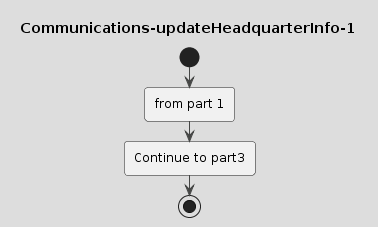
Above: drawings/Communications-updateHeadquarterInfo-1.png in coding-to-music/plantuml-diagram-examples (PlantUML), before the change.
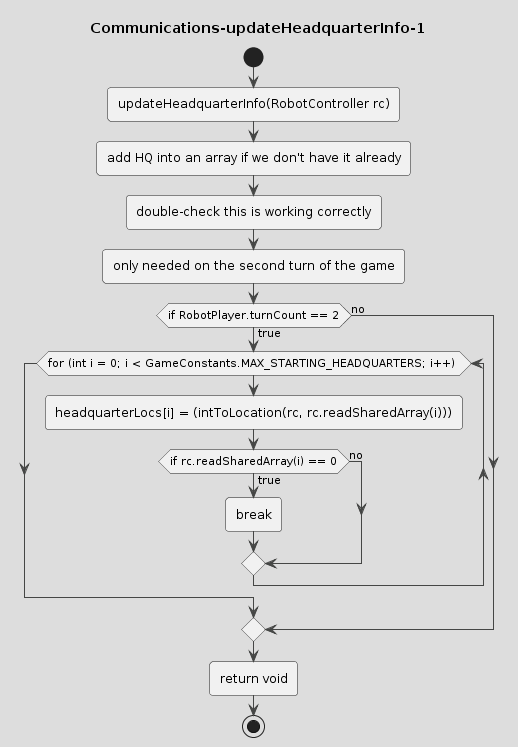
After the commit.

The edit, as a diff of the source:
```diff
@@ -3,10 +3,28 @@
 title Communications-updateHeadquarterInfo-1
 start
 
-:from part 1;
 
 
 
-:Continue to part3;
+:updateHeadquarterInfo(RobotController rc);
+
+:add HQ into an array if we don't have it already;
+
+:double-check this is working correctly;
+
+:only needed on the second turn of the game;
+
+if (if RobotPlayer.turnCount == 2) then (true)
+    while (for (int i = 0; i < GameConstants.MAX_STARTING_HEADQUARTERS; i++) )
+        :headquarterLocs[i] = (intToLocation(rc, rc.readSharedArray(i)));
+        if (if rc.readSharedArray(i) == 0) then (true)
+            :break;
+        else (no)
+        endif
+    endwhile
+else (no)
+endif
+
+:return void;
 stop
 @enduml
```
